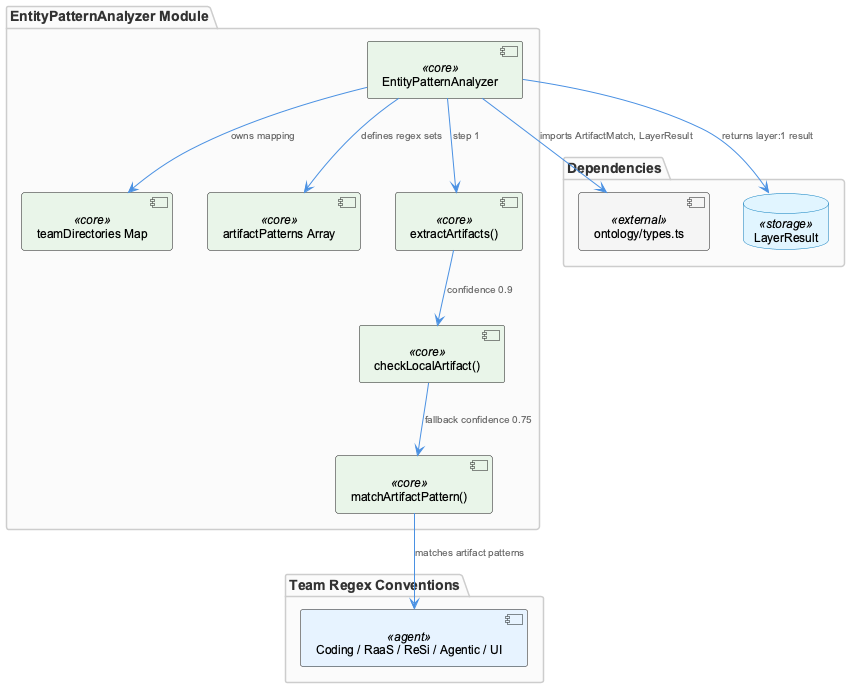
Above: knowledge-management/insights/images/entity-pattern-analyzer-architecture.png in fwornle/coding (PlantUML), before the change.
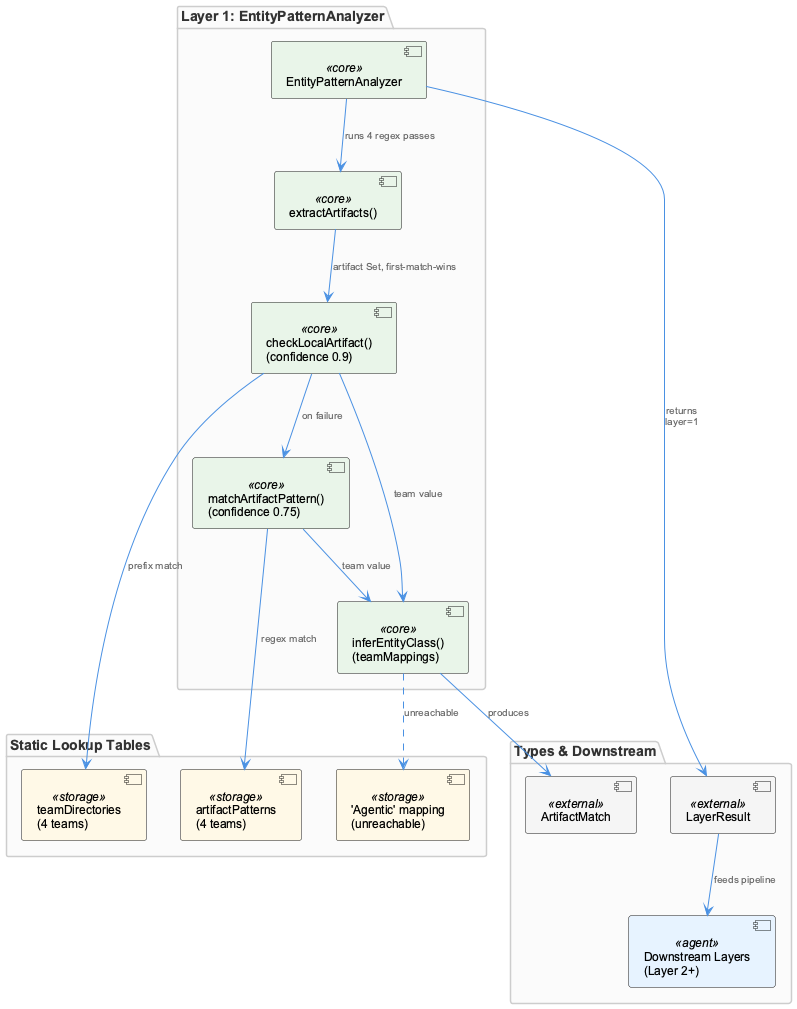
Above is the later version.

What changed in the source:
```diff
@@ -1,31 +1,36 @@
 @startuml
 !include /Users/Q284340/Agentic/coding/docs/puml/_standard-style.puml
 
-package "EntityPatternAnalyzer Module" {
+package "Layer 1: EntityPatternAnalyzer" {
   component "EntityPatternAnalyzer" as epa <<core>>
-  component "teamDirectories Map" as teamDirs <<core>>
-  component "artifactPatterns Array" as patterns <<core>>
   component "extractArtifacts()" as extract <<core>>
-  component "checkLocalArtifact()" as localCheck <<core>>
-  component "matchArtifactPattern()" as patternMatch <<core>>
+  component "checkLocalArtifact()\n(confidence 0.9)" as local <<core>>
+  component "matchArtifactPattern()\n(confidence 0.75)" as pattern <<core>>
+  component "inferEntityClass()\n(teamMappings)" as infer <<core>>
 }
 
-package "Team Regex Conventions" {
-  component "Coding / RaaS / ReSi / Agentic / UI" as teams <<agent>>
+package "Static Lookup Tables" {
+  component "teamDirectories\n(4 teams)" as dirs <<storage>>
+  component "artifactPatterns\n(4 teams)" as pats <<storage>>
+  component "'Agentic' mapping\n(unreachable)" as agentic <<storage>>
 }
 
-package "Dependencies" {
-  component "ontology/types.ts" as types <<external>>
-  database "LayerResult" as result <<storage>>
+package "Types & Downstream" {
+  component "LayerResult" as lr <<external>>
+  component "ArtifactMatch" as am <<external>>
+  component "Downstream Layers\n(Layer 2+)" as downstream <<agent>>
 }
 
-epa --> teamDirs : "owns mapping"
-epa --> patterns : "defines regex sets"
-epa --> extract : "step 1"
-extract --> localCheck : "confidence 0.9"
-localCheck --> patternMatch : "fallback confidence 0.75"
-patternMatch --> teams : "matches artifact patterns"
-epa --> types : "imports ArtifactMatch, LayerResult"
-epa --> result : "returns layer:1 result"
+epa --> extract : "runs 4 regex passes"
+extract --> local : "artifact Set, first-match-wins"
+local --> pattern : "on failure"
+local --> dirs : "prefix match"
+pattern --> pats : "regex match"
+local --> infer : "team value"
+pattern --> infer : "team value"
+infer ..> agentic : "unreachable"
+infer --> am : "produces"
+epa --> lr : "returns\nlayer=1"
+lr --> downstream : "feeds pipeline"
 
 @enduml
```
